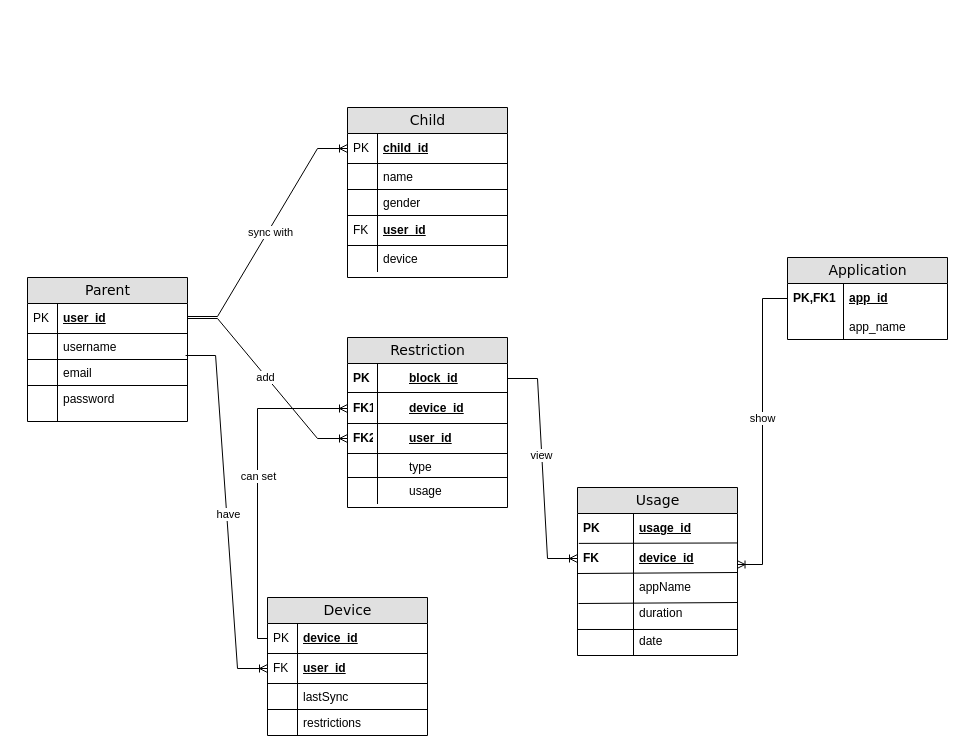
Before: Untitled Diagram.drawio in Inco9nit0/Parental-Lock-System-Project-FYP-, a draw.io diagram. Source tidied: cells renumbered, new cells numbered last; positions are measured from the earlier drawing's top-left corner, leaving out a move shared by most shapes. Both pictures are drawn from the tidied source at 100%, with x=0, y=0 at pixel (27, 107).
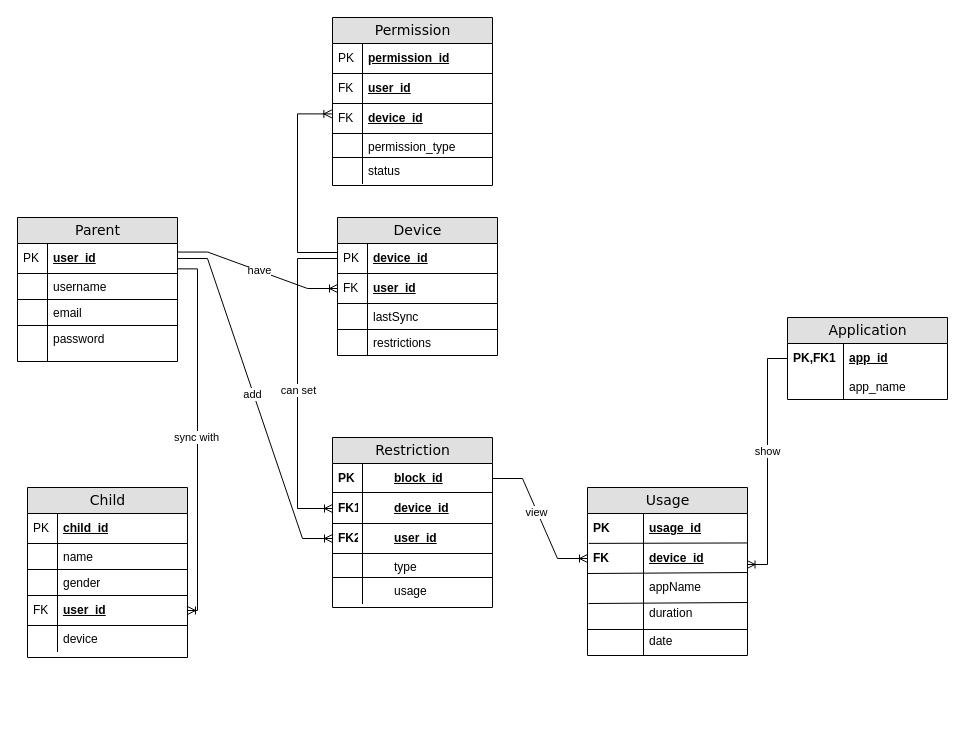
After the change.

Unchanged cells that the change refers to:
```xml
<mxCell id="3" value="device_id" style="shape=partialRectangle;top=0;left=0;right=0;bottom=1;html=1;align=left;verticalAlign=middle;fillColor=none;spacingLeft=34;spacingRight=4;whiteSpace=wrap;overflow=hidden;points=[[0,0.5],[1,0.5]];portConstraint=eastwest;fontStyle=5;" parent="2" vertex="1">
  <mxGeometry y="26" width="160" height="30" as="geometry" />
</mxCell>
<mxCell id="5" value="user_id" style="shape=partialRectangle;top=0;left=0;right=0;bottom=1;html=1;align=left;verticalAlign=middle;fillColor=none;spacingLeft=34;spacingRight=4;whiteSpace=wrap;overflow=hidden;points=[[0,0.5],[1,0.5]];portConstraint=eastwest;fontStyle=5;" parent="2" vertex="1">
  <mxGeometry y="56" width="160" height="30" as="geometry" />
</mxCell>
<mxCell id="16" value="device_id" style="shape=partialRectangle;top=0;left=0;right=0;bottom=1;html=1;align=left;verticalAlign=middle;fillColor=none;spacingLeft=60;spacingRight=4;whiteSpace=wrap;overflow=hidden;points=[[0,0.5],[1,0.5]];portConstraint=eastwest;fontStyle=5;" parent="12" vertex="1">
  <mxGeometry y="56" width="160" height="30" as="geometry" />
</mxCell>
<mxCell id="18" value="user_id" style="shape=partialRectangle;top=0;left=0;right=0;bottom=1;html=1;align=left;verticalAlign=middle;fillColor=none;spacingLeft=60;spacingRight=4;whiteSpace=wrap;overflow=hidden;points=[[0,0.5],[1,0.5]];portConstraint=eastwest;fontStyle=5;" parent="12" vertex="1">
  <mxGeometry y="86" width="160" height="30" as="geometry" />
</mxCell>
<mxCell id="41" value="user_id" style="shape=partialRectangle;top=0;left=0;right=0;bottom=1;html=1;align=left;verticalAlign=middle;fillColor=none;spacingLeft=34;spacingRight=4;whiteSpace=wrap;overflow=hidden;points=[[0,0.5],[1,0.5]];portConstraint=eastwest;fontStyle=5;" parent="40" vertex="1">
  <mxGeometry y="26" width="160" height="30" as="geometry" />
</mxCell>
<mxCell id="46" value="email" style="shape=partialRectangle;top=0;left=0;right=0;bottom=0;html=1;align=left;verticalAlign=top;fillColor=none;spacingLeft=34;spacingRight=4;whiteSpace=wrap;overflow=hidden;points=[[0,0.5],[1,0.5]];portConstraint=eastwest;" parent="40" vertex="1">
  <mxGeometry y="82" width="160" height="26" as="geometry" />
</mxCell>
<mxCell id="75" value="user_id" style="shape=partialRectangle;top=0;left=0;right=0;bottom=1;html=1;align=left;verticalAlign=middle;fillColor=none;spacingLeft=34;spacingRight=4;whiteSpace=wrap;overflow=hidden;points=[[0,0.5],[1,0.5]];portConstraint=eastwest;fontStyle=5;" parent="66" vertex="1">
  <mxGeometry y="108" width="160" height="30" as="geometry" />
</mxCell>
```

The edit, as a diff of the source:
```diff
@@
     <mxCell id="2" value="Device" style="swimlane;html=1;fontStyle=0;horizontal=1;startSize=26;fillColor=#e0e0e0;swimlaneFillColor=#ffffff;align=center;rounded=0;shadow=0;comic=0;labelBackgroundColor=none;strokeWidth=1;fontFamily=Verdana;fontSize=14;swimlaneLine=1;" parent="1" vertex="1">
-      <mxGeometry x="240" y="490" width="160" height="138" as="geometry" />
+      <mxGeometry x="310" y="110" width="160" height="138" as="geometry" />
     </mxCell>
@@
     <mxCell id="12" value="Restriction" style="swimlane;html=1;fontStyle=0;horizontal=1;startSize=26;fillColor=#e0e0e0;swimlaneFillColor=#ffffff;align=center;rounded=0;shadow=0;comic=0;labelBackgroundColor=none;strokeWidth=1;fontFamily=Verdana;fontSize=14;" parent="1" vertex="1">
-      <mxGeometry x="320" y="230" width="160" height="170" as="geometry" />
+      <mxGeometry x="305" y="330" width="160" height="170" as="geometry" />
     </mxCell>
@@
     <mxCell id="25" value="Usage" style="swimlane;html=1;fontStyle=0;horizontal=1;startSize=26;fillColor=#e0e0e0;swimlaneFillColor=#ffffff;align=center;rounded=0;shadow=0;comic=0;labelBackgroundColor=none;strokeWidth=1;fontFamily=Verdana;fontSize=14;" parent="1" vertex="1">
-      <mxGeometry x="550" y="380" width="160" height="168" as="geometry" />
+      <mxGeometry x="560" y="380" width="160" height="168" as="geometry" />
     </mxCell>
@@
     <mxCell id="40" value="Parent" style="swimlane;html=1;fontStyle=0;horizontal=1;startSize=26;fillColor=#e0e0e0;swimlaneFillColor=#ffffff;align=center;rounded=0;shadow=0;comic=0;labelBackgroundColor=none;strokeWidth=1;fontFamily=Verdana;fontSize=14;" parent="1" vertex="1">
-      <mxGeometry y="170" width="160" height="144" as="geometry" />
+      <mxGeometry x="-10" y="110" width="160" height="144" as="geometry" />
     </mxCell>
@@
     <mxCell id="53" value="Application" style="swimlane;html=1;fontStyle=0;horizontal=1;startSize=26;fillColor=#e0e0e0;swimlaneFillColor=#ffffff;align=center;rounded=0;shadow=0;comic=0;labelBackgroundColor=none;strokeWidth=1;fontFamily=Verdana;fontSize=14;" parent="1" vertex="1">
-      <mxGeometry x="760" y="150" width="160" height="82" as="geometry" />
+      <mxGeometry x="760" y="210" width="160" height="82" as="geometry" />
     </mxCell>
@@
-    <mxCell id="58" style="edgeStyle=entityRelationEdgeStyle;fontSize=12;html=1;endArrow=ERoneToMany;rounded=0;entryX=0;entryY=0.5;entryDx=0;entryDy=0;exitX=0.988;exitY=-0.154;exitDx=0;exitDy=0;exitPerimeter=0;" parent="1" edge="1" source="46" target="5">
+    <mxCell id="58" style="edgeStyle=entityRelationEdgeStyle;fontSize=12;html=1;endArrow=ERoneToMany;rounded=0;entryX=0;entryY=0.5;entryDx=0;entryDy=0;exitX=1.001;exitY=0.285;exitDx=0;exitDy=0;exitPerimeter=0;" parent="1" edge="1" source="41" target="5">
       <mxGeometry relative="1" as="geometry">
         <Array as="points">
           <mxPoint x="170" y="260" />
         </Array>
       </mxGeometry>
     </mxCell>
@@
-    <mxCell id="60" style="edgeStyle=entityRelationEdgeStyle;fontSize=12;html=1;endArrow=ERoneToMany;rounded=0;entryX=0;entryY=0.5;entryDx=0;entryDy=0;" parent="1" edge="1">
-      <mxGeometry relative="1" as="geometry">
-        <mxPoint x="160" y="209" as="sourcePoint" />
-        <mxPoint x="320" y="41" as="targetPoint" />
-      </mxGeometry>
+    <mxCell id="60" style="edgeStyle=orthogonalEdgeStyle;fontSize=12;html=1;endArrow=ERoneToMany;rounded=0;entryX=1;entryY=0.5;entryDx=0;entryDy=0;exitX=1;exitY=0.845;exitDx=0;exitDy=0;exitPerimeter=0;" parent="1" edge="1" source="41" target="75">
+      <mxGeometry relative="1" as="geometry" />
     </mxCell>
@@
     <mxCell id="66" value="Child" style="swimlane;html=1;fontStyle=0;horizontal=1;startSize=26;fillColor=#e0e0e0;swimlaneFillColor=#ffffff;align=center;rounded=0;shadow=0;comic=0;labelBackgroundColor=none;strokeWidth=1;fontFamily=Verdana;fontSize=14;" parent="1" vertex="1">
-      <mxGeometry x="320" width="160" height="170" as="geometry" />
+      <mxGeometry y="380" width="160" height="170" as="geometry" />
     </mxCell>
@@
     <mxCell id="79" style="edgeStyle=entityRelationEdgeStyle;fontSize=12;html=1;endArrow=ERoneToMany;rounded=0;entryX=0;entryY=0.5;entryDx=0;entryDy=0;exitX=1;exitY=0.5;exitDx=0;exitDy=0;" parent="1" edge="1" source="41" target="18">
       <mxGeometry relative="1" as="geometry">
         <Array as="points">
+          <mxPoint x="220" y="230" />
+          <mxPoint x="210" y="220" />
           <mxPoint x="180" y="270" />
         </Array>
       </mxGeometry>
     </mxCell>
@@
     <mxCell id="81" style="edgeStyle=orthogonalEdgeStyle;fontSize=12;html=1;endArrow=ERoneToMany;rounded=0;exitX=0;exitY=0.5;exitDx=0;exitDy=0;entryX=0;entryY=0.5;entryDx=0;entryDy=0;" parent="1" edge="1" source="3" target="16">
-      <mxGeometry relative="1" as="geometry" />
+      <mxGeometry relative="1" as="geometry">
+        <Array as="points">
+          <mxPoint x="270" y="151" />
+          <mxPoint x="270" y="401" />
+        </Array>
+      </mxGeometry>
     </mxCell>
@@
+    <mxCell id="83" value="Permission" style="swimlane;html=1;fontStyle=0;horizontal=1;startSize=26;fillColor=#e0e0e0;swimlaneFillColor=#ffffff;align=center;rounded=0;shadow=0;comic=0;labelBackgroundColor=none;strokeWidth=1;fontFamily=Verdana;fontSize=14;swimlaneLine=1;" parent="1" vertex="1">
+      <mxGeometry x="305" y="-90" width="160" height="168" as="geometry" />
+    </mxCell>
+    <mxCell id="84" value="permission_id" style="shape=partialRectangle;top=0;left=0;right=0;bottom=1;html=1;align=left;verticalAlign=middle;fillColor=none;spacingLeft=34;spacingRight=4;whiteSpace=wrap;overflow=hidden;fontStyle=5;" parent="83" vertex="1">
+      <mxGeometry y="26" width="160" height="30" as="geometry" />
+    </mxCell>
+    <mxCell id="85" value="PK" style="shape=partialRectangle;top=0;left=0;bottom=0;html=1;fillColor=none;align=left;verticalAlign=middle;spacingLeft=4;spacingRight=4;whiteSpace=wrap;overflow=hidden;" parent="84" vertex="1">
+      <mxGeometry width="30" height="30" as="geometry" />
+    </mxCell>
+    <mxCell id="86" value="user_id" style="shape=partialRectangle;top=0;left=0;right=0;bottom=1;html=1;align=left;verticalAlign=middle;fillColor=none;spacingLeft=34;spacingRight=4;whiteSpace=wrap;overflow=hidden;fontStyle=5;" parent="83" vertex="1">
+      <mxGeometry y="56" width="160" height="30" as="geometry" />
+    </mxCell>
+    <mxCell id="87" value="FK" style="shape=partialRectangle;top=0;left=0;bottom=0;html=1;fillColor=none;align=left;verticalAlign=middle;spacingLeft=4;spacingRight=4;whiteSpace=wrap;overflow=hidden;" parent="86" vertex="1">
+      <mxGeometry width="30" height="30" as="geometry" />
+    </mxCell>
+    <mxCell id="88" value="device_id" style="shape=partialRectangle;top=0;left=0;right=0;bottom=1;html=1;align=left;verticalAlign=middle;fillColor=none;spacingLeft=34;spacingRight=4;whiteSpace=wrap;overflow=hidden;points=[[0,0.5],[1,0.5]];portConstraint=eastwest;fontStyle=5;" parent="83" vertex="1">
+      <mxGeometry y="86" width="160" height="30" as="geometry" />
+    </mxCell>
+    <mxCell id="89" value="FK" style="shape=partialRectangle;top=0;left=0;bottom=0;html=1;fillColor=none;align=left;verticalAlign=middle;spacingLeft=4;spacingRight=4;whiteSpace=wrap;overflow=hidden;" parent="88" vertex="1">
+      <mxGeometry width="30" height="30" as="geometry" />
+    </mxCell>
+    <mxCell id="90" value="permission_type" style="shape=partialRectangle;top=0;left=0;right=0;bottom=0;html=1;align=left;verticalAlign=top;fillColor=none;spacingLeft=34;spacingRight=4;whiteSpace=wrap;overflow=hidden;" parent="83" vertex="1">
+      <mxGeometry y="116" width="160" height="24" as="geometry" />
+    </mxCell>
+    <mxCell id="91" style="shape=partialRectangle;top=0;left=0;bottom=0;html=1;fillColor=none;align=left;verticalAlign=top;spacingLeft=4;spacingRight=4;whiteSpace=wrap;overflow=hidden;" parent="90" vertex="1">
+      <mxGeometry width="30" height="24" as="geometry" />
+    </mxCell>
+    <mxCell id="92" style="endArrow=none;html=1;rounded=0;exitX=0;exitY=0.071;exitDx=0;exitDy=0;exitPerimeter=0;entryX=1;entryY=0.071;entryDx=0;entryDy=0;entryPerimeter=0;" parent="83" edge="1">
+      <mxGeometry relative="1" as="geometry">
+        <mxPoint y="140" as="sourcePoint" />
+        <mxPoint x="160" y="140" as="targetPoint" />
+      </mxGeometry>
+    </mxCell>
+    <mxCell id="93" value="status" style="shape=partialRectangle;top=0;left=0;right=0;bottom=0;html=1;align=left;verticalAlign=top;fillColor=none;spacingLeft=34;spacingRight=4;whiteSpace=wrap;overflow=hidden;" parent="83" vertex="1">
+      <mxGeometry y="140" width="160" height="26" as="geometry" />
+    </mxCell>
+    <mxCell id="94" style="shape=partialRectangle;top=0;left=0;bottom=0;html=1;fillColor=none;align=left;verticalAlign=top;spacingLeft=4;spacingRight=4;whiteSpace=wrap;overflow=hidden;" parent="93" vertex="1">
+      <mxGeometry width="30" height="26" as="geometry" />
+    </mxCell>
+    <mxCell id="95" style="fontSize=12;html=1;endArrow=ERoneToMany;rounded=0;exitX=0;exitY=0.3;exitDx=0;exitDy=0;exitPerimeter=0;edgeStyle=orthogonalEdgeStyle;entryX=-0.004;entryY=0.347;entryDx=0;entryDy=0;entryPerimeter=0;" parent="1" edge="1" source="3" target="88">
+      <mxGeometry relative="1" as="geometry">
+        <Array as="points">
+          <mxPoint x="270" y="145" />
+          <mxPoint x="270" y="6" />
+        </Array>
+      </mxGeometry>
+    </mxCell>
```
